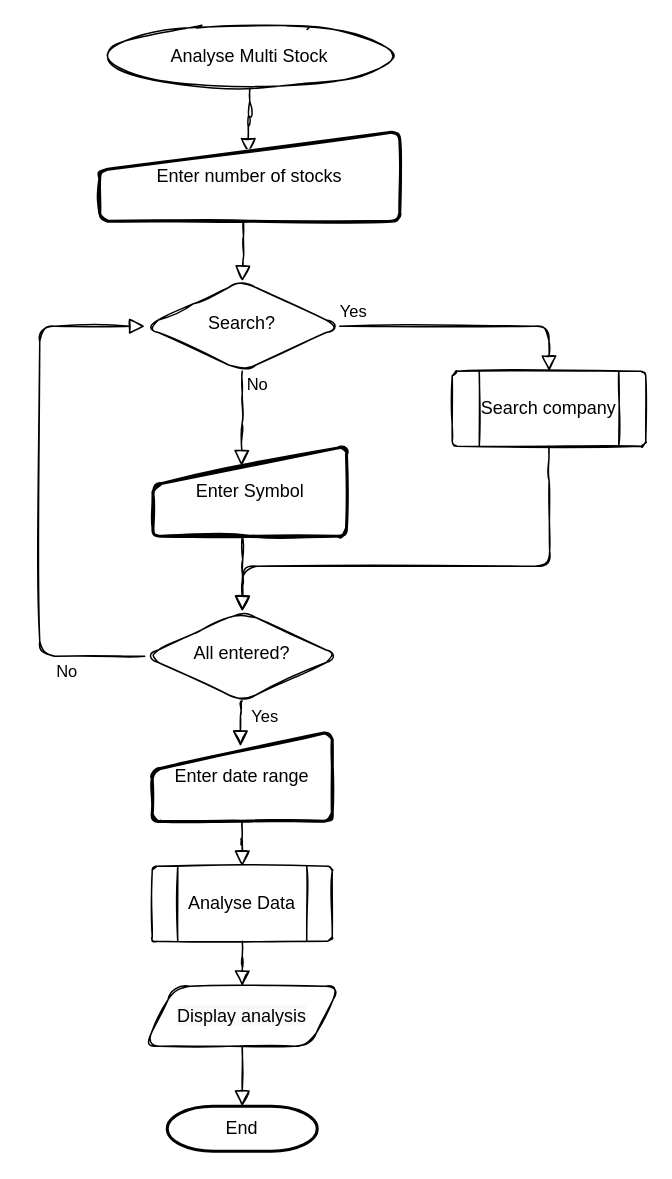
The draw.io diagram page "analyse-multi-stock" (3 of 5) of design/analastock.drawio in ibuttimer/analastock, before the edit. Source tidied: cells renumbered, new cells numbered last; positions are measured from the earlier drawing's top-left corner, leaving out a move shared by most shapes. Both pictures are drawn from the tidied source at 150%, with x=0, y=0 at pixel (39, 26).
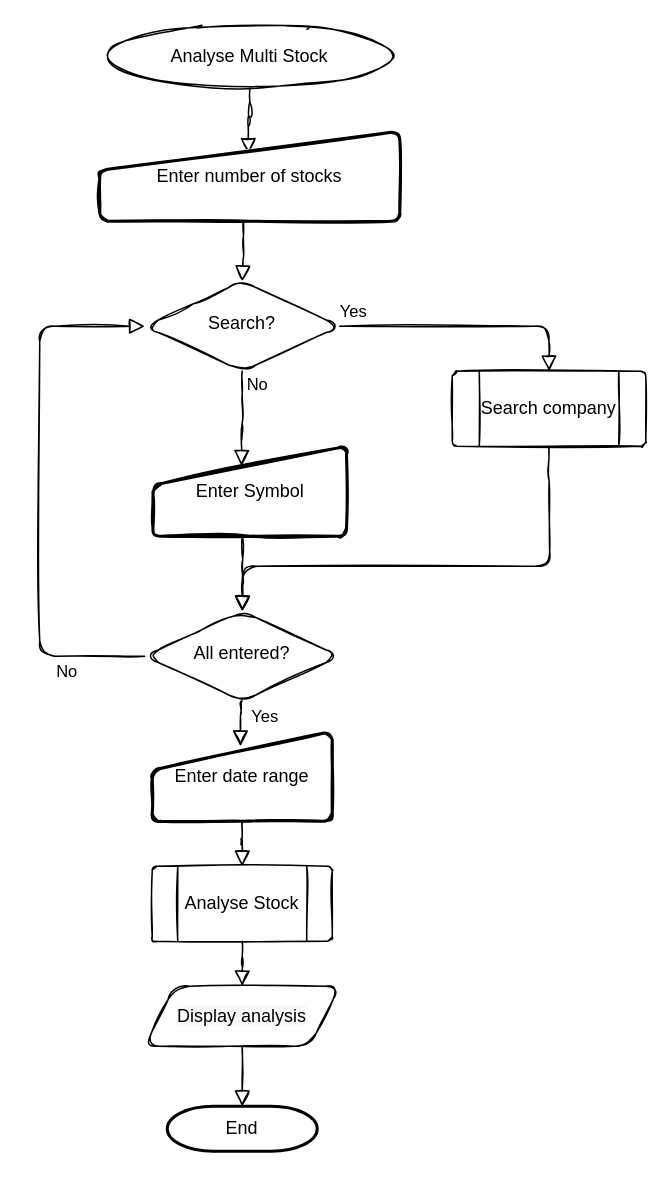
After the change.

What changed in the source:
```diff
@@
-    <mxCell id="7" value="Analyse Data" style="verticalLabelPosition=middle;verticalAlign=middle;html=1;shape=process;whiteSpace=wrap;rounded=1;size=0.14;arcSize=6;sketch=1;labelPosition=center;align=center;" parent="1" vertex="1">
+    <mxCell id="7" value="Analyse Stock" style="verticalLabelPosition=middle;verticalAlign=middle;html=1;shape=process;whiteSpace=wrap;rounded=1;size=0.14;arcSize=6;sketch=1;labelPosition=center;align=center;" parent="1" vertex="1">
       <mxGeometry x="75" y="560" width="120" height="50" as="geometry" />
     </mxCell>
```
